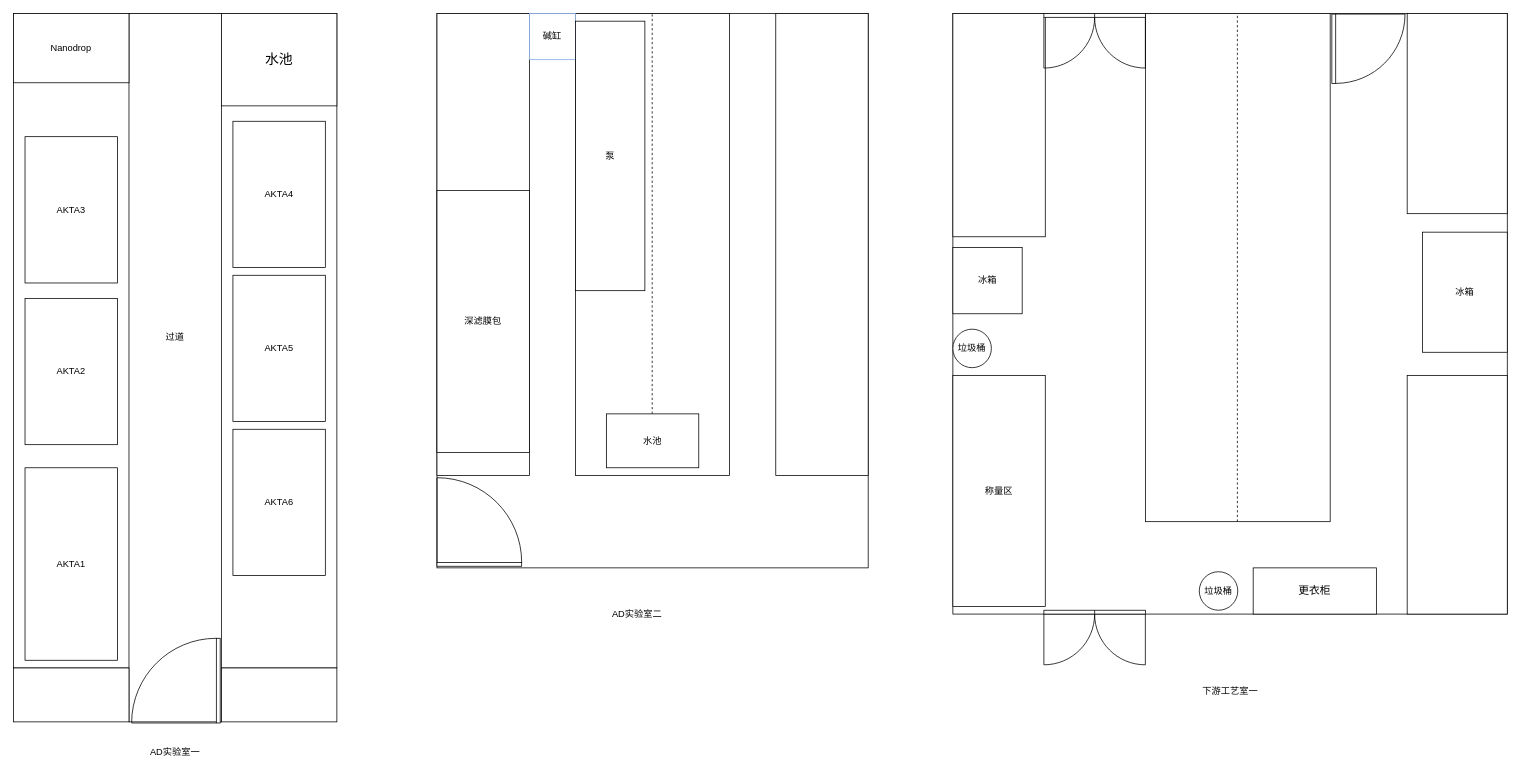
The draw.io diagram Untitled Diagram.drawio in ucbeanz/test, before the edit. Source tidied: cells renumbered, new cells numbered last; positions are measured from the earlier drawing's top-left corner, leaving out a move shared by most shapes. Both pictures are drawn from the tidied source at 77%, with x=0, y=0 at pixel (13, 12).
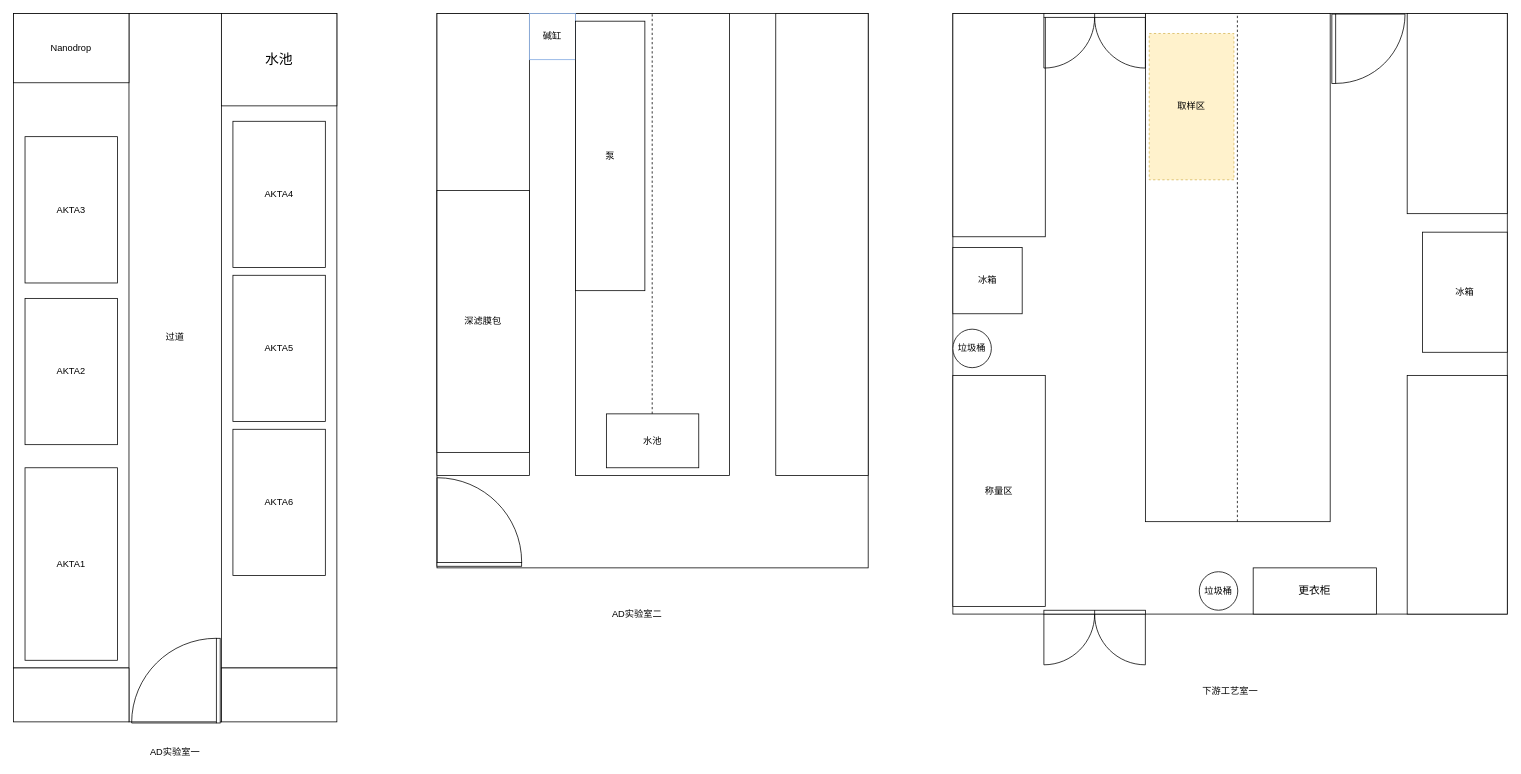
The same diagram, later.

The edit, as a diff of the source:
```diff
@@
+    <mxCell id="44" value="取样区" style="rounded=0;whiteSpace=wrap;html=1;strokeColor=#d6b656;dashed=1;fillColor=#fff2cc;" parent="1" vertex="1">
+      <mxGeometry x="1475" y="28" width="110" height="190" as="geometry" />
+    </mxCell>
```
